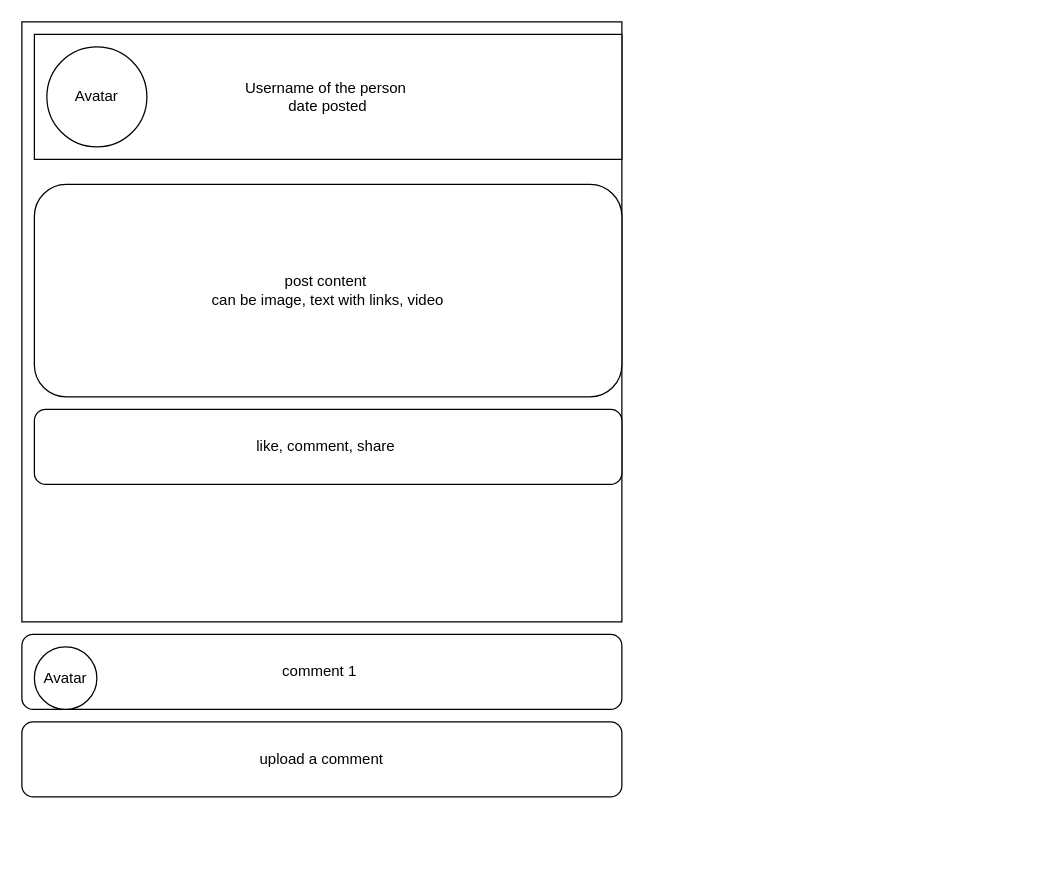
sindhumamidi3/udemy-js keeps this draw.io diagram as Untitled Diagram.drawio. Above is the earlier version. Source tidied: cells renumbered, new cells numbered last; positions are measured from the earlier drawing's top-left corner, leaving out a move shared by most shapes. Both pictures are drawn from the tidied source at 125%, with x=0, y=0 at pixel (21, 21).
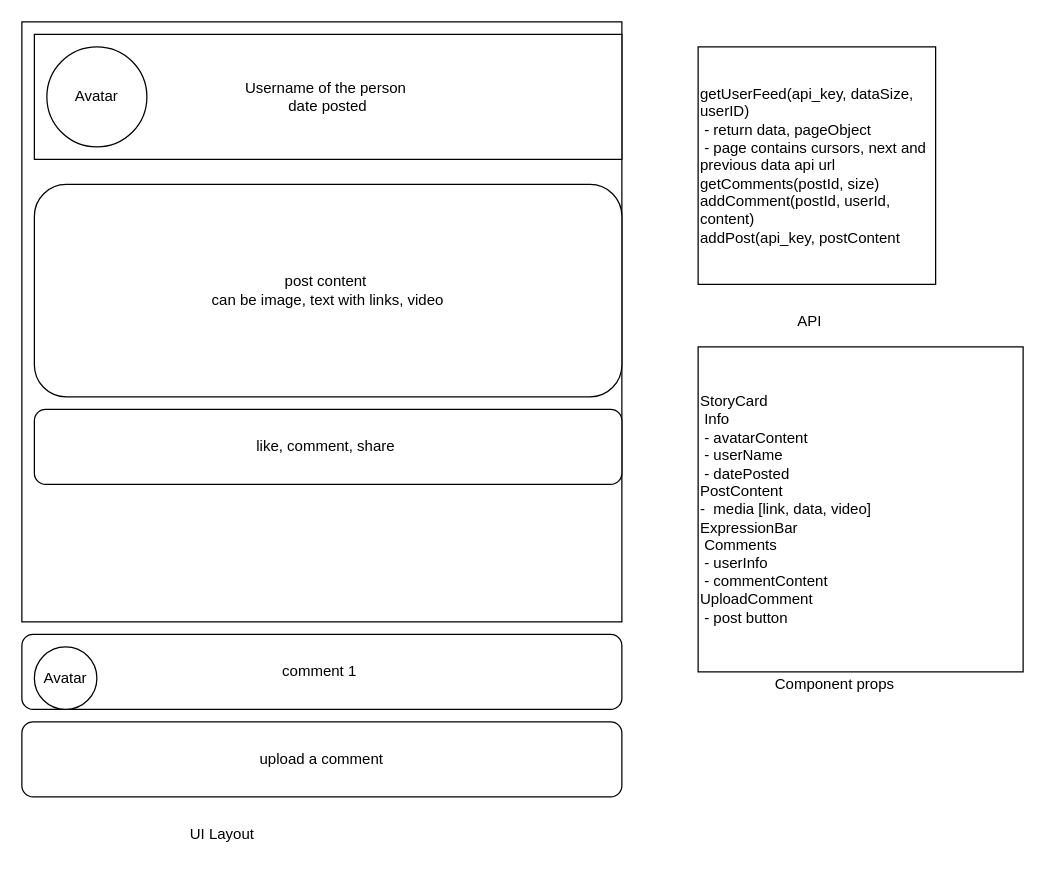
The same diagram, later.

Diff of the diagram source:
```diff
@@
 <mxGraphModel>
   <root>
     <mxCell id="0" />
     <mxCell id="1" parent="0" />
     <mxCell id="2" style="whiteSpace=wrap;html=1;" parent="1" vertex="1">
       <mxGeometry width="480" height="480" as="geometry" />
     </mxCell>
     <mxCell id="3" value="Username of the person&amp;nbsp;&lt;br&gt;date posted" style="rounded=0;whiteSpace=wrap;html=1;" parent="1" vertex="1">
       <mxGeometry x="10" y="10" width="470" height="100" as="geometry" />
     </mxCell>
     <mxCell id="4" value="Avatar" style="ellipse;whiteSpace=wrap;html=1;" parent="1" vertex="1">
       <mxGeometry x="20" y="20" width="80" height="80" as="geometry" />
     </mxCell>
     <mxCell id="5" value="post content&amp;nbsp;&lt;br&gt;can be image, text with links, video" style="rounded=1;whiteSpace=wrap;html=1;" parent="1" vertex="1">
       <mxGeometry x="10" y="130" width="470" height="170" as="geometry" />
     </mxCell>
     <mxCell id="6" value="like, comment, share&amp;nbsp;" style="rounded=1;whiteSpace=wrap;html=1;align=center;" parent="1" vertex="1">
       <mxGeometry x="10" y="310" width="470" height="60" as="geometry" />
     </mxCell>
     <mxCell id="7" value="comment 1&amp;nbsp;" style="rounded=1;whiteSpace=wrap;html=1;align=center;" parent="1" vertex="1">
       <mxGeometry y="490" width="480" height="60" as="geometry" />
     </mxCell>
     <mxCell id="8" value="Avatar" style="ellipse;whiteSpace=wrap;html=1;" parent="1" vertex="1">
       <mxGeometry x="10" y="500" width="50" height="50" as="geometry" />
     </mxCell>
     <mxCell id="9" value="upload a comment" style="rounded=1;whiteSpace=wrap;html=1;align=center;" parent="1" vertex="1">
       <mxGeometry y="560" width="480" height="60" as="geometry" />
     </mxCell>
+    <mxCell id="10" value="getUserFeed(api_key, dataSize, userID)&lt;br&gt;&amp;nbsp;- return data, pageObject&lt;br&gt;&amp;nbsp;- page contains cursors, next and previous data api url&lt;br&gt;getComments(postId, size)&lt;br&gt;addComment(postId, userId, content)&lt;br&gt;addPost(api_key, postContent" style="whiteSpace=wrap;html=1;align=left;" parent="1" vertex="1">
+      <mxGeometry x="541" y="20" width="190" height="190" as="geometry" />
+    </mxCell>
+    <mxCell id="11" value="UI Layout" style="text;html=1;align=center;verticalAlign=middle;strokeColor=none;fillColor=none;" parent="1" vertex="1">
+      <mxGeometry x="125" y="640" width="70" height="20" as="geometry" />
+    </mxCell>
+    <mxCell id="12" value="API" style="text;html=1;align=center;verticalAlign=middle;strokeColor=none;fillColor=none;" parent="1" vertex="1">
+      <mxGeometry x="615" y="230" width="30" height="20" as="geometry" />
+    </mxCell>
+    <mxCell id="13" value="&lt;div&gt;&lt;span&gt;StoryCard&lt;/span&gt;&lt;br&gt;&lt;/div&gt;&lt;div&gt;&amp;nbsp;Info&lt;/div&gt;&lt;div&gt;&amp;nbsp;- avatarContent&lt;/div&gt;&lt;div&gt;&amp;nbsp;- userName&lt;/div&gt;&lt;div&gt;&lt;span&gt;&amp;nbsp;- datePosted&lt;/span&gt;&lt;/div&gt;&lt;div&gt;&lt;span&gt;PostContent&lt;/span&gt;&lt;/div&gt;&lt;div&gt;&lt;span&gt;-&amp;nbsp; media [link, data, video]&lt;/span&gt;&lt;/div&gt;&lt;div&gt;&lt;span&gt;ExpressionBar&lt;/span&gt;&lt;/div&gt;&lt;div&gt;&lt;span&gt;&amp;nbsp;Comments&lt;/span&gt;&lt;/div&gt;&lt;div&gt;&lt;span style=&quot;white-space: pre&quot;&gt; &lt;/span&gt;- userInfo&lt;br&gt;&lt;/div&gt;&lt;div&gt;&lt;span style=&quot;white-space: pre&quot;&gt; &lt;/span&gt;- commentContent&lt;br&gt;&lt;/div&gt;&lt;div&gt;UploadComment&lt;/div&gt;&lt;div&gt;&amp;nbsp;- post button&lt;/div&gt;" style="whiteSpace=wrap;html=1;align=left;" parent="1" vertex="1">
+      <mxGeometry x="541" y="260" width="260" height="260" as="geometry" />
+    </mxCell>
+    <mxCell id="14" value="Component props" style="text;html=1;align=center;verticalAlign=middle;strokeColor=none;fillColor=none;" parent="1" vertex="1">
+      <mxGeometry x="595" y="520" width="110" height="20" as="geometry" />
+    </mxCell>
   </root>
 </mxGraphModel>
```
